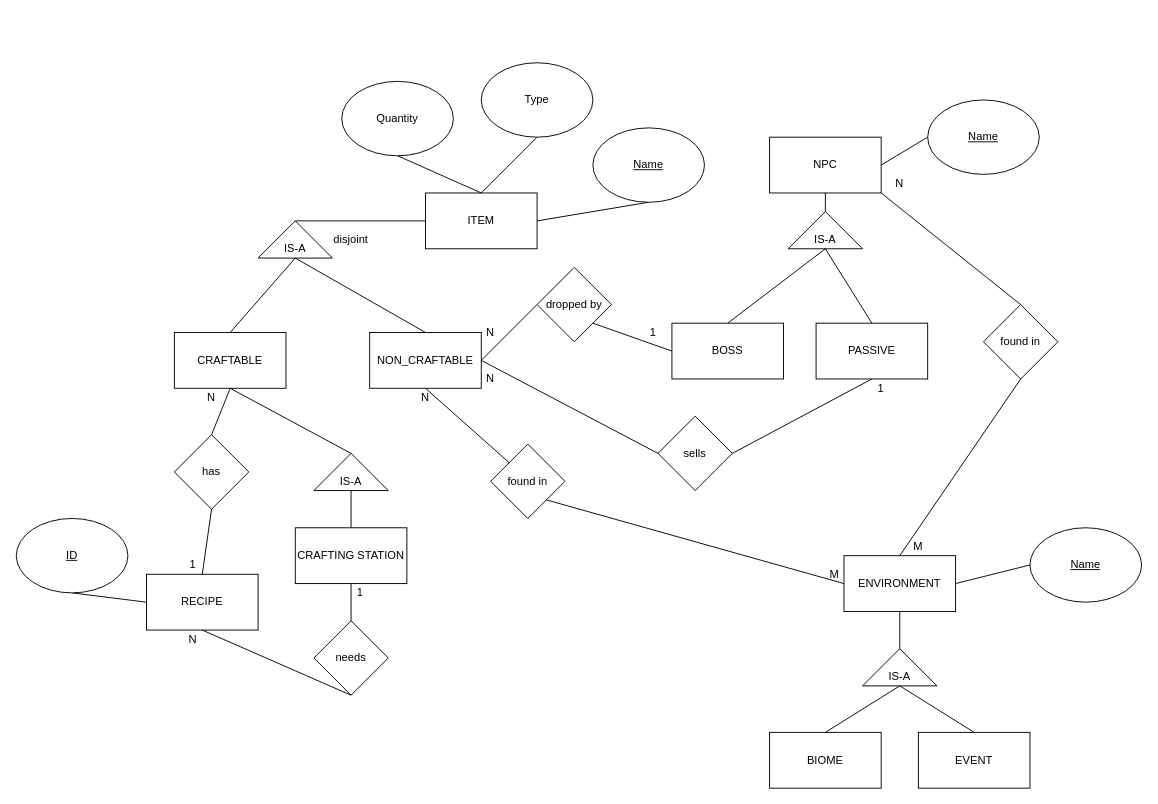
Earlier version of the draw.io diagram TerrariaER.drawio (ahridesu/guioes-BD). Source tidied: cells renumbered, new cells numbered last; positions are measured from the earlier drawing's top-left corner, leaving out a move shared by most shapes. Both pictures are drawn from the tidied source at 93%, with x=0, y=0 at pixel (16, 62).
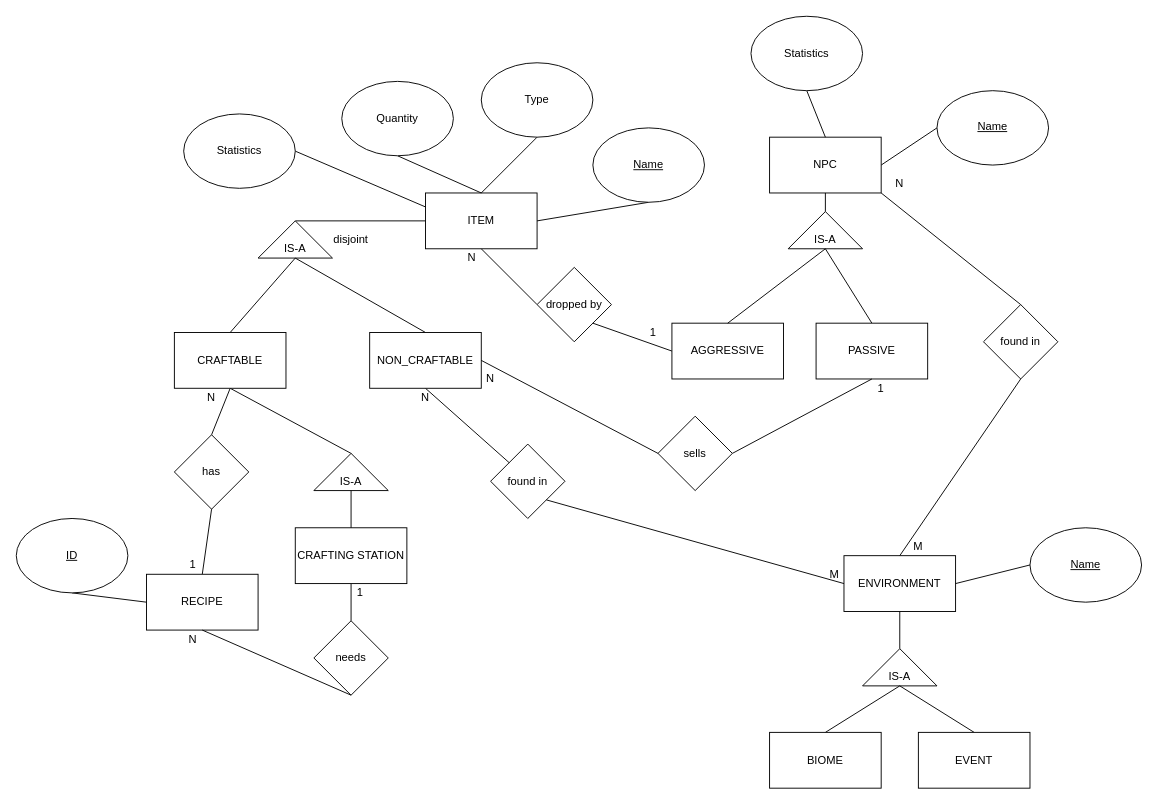
Above is the later version.

Unchanged cells that the change refers to:
```xml
<mxCell id="2" value="ITEM" style="rounded=0;whiteSpace=wrap;html=1;" parent="1" vertex="1">
  <mxGeometry x="440" y="140" width="120" height="60" as="geometry" />
</mxCell>
<mxCell id="18" value="dropped by" style="rhombus;whiteSpace=wrap;html=1;" parent="1" vertex="1">
  <mxGeometry x="560" y="220" width="80" height="80" as="geometry" />
</mxCell>
<mxCell id="32" value="NON_CRAFTABLE" style="rounded=0;whiteSpace=wrap;html=1;" parent="1" vertex="1">
  <mxGeometry x="380" y="290" width="120" height="60" as="geometry" />
</mxCell>
<mxCell id="34" value="NPC" style="rounded=0;whiteSpace=wrap;html=1;" parent="1" vertex="1">
  <mxGeometry x="810" y="80" width="120" height="60" as="geometry" />
</mxCell>
```

Change to the diagram source:
```diff
@@
-    <mxCell id="17" style="endArrow=none;html=1;entryX=0;entryY=0.5;entryDx=0;entryDy=0;exitX=1;exitY=0.5;exitDx=0;exitDy=0;" parent="1" edge="1" source="32" target="18">
+    <mxCell id="17" style="endArrow=none;html=1;entryX=0;entryY=0.5;entryDx=0;entryDy=0;exitX=0.5;exitY=1;exitDx=0;exitDy=0;" parent="1" edge="1" source="2" target="18">
       <mxGeometry relative="1" as="geometry" />
     </mxCell>
@@
-    <mxCell id="20" value="BOSS" style="rounded=0;whiteSpace=wrap;html=1;" parent="1" vertex="1">
+    <mxCell id="20" value="AGGRESSIVE" style="rounded=0;whiteSpace=wrap;html=1;" parent="1" vertex="1">
       <mxGeometry x="705" y="280" width="120" height="60" as="geometry" />
     </mxCell>
-    <mxCell id="21" style="endArrow=none;html=1;exitX=1;exitY=0.5;exitDx=0;exitDy=0;entryX=0;entryY=0.5;entryDx=0;entryDy=0;" parent="1" edge="1" source="34" target="22">
+    <mxCell id="21" style="endArrow=none;html=1;exitX=1;exitY=0.5;exitDx=0;exitDy=0;entryX=0;entryY=0.5;entryDx=0;entryDy=0;" parent="1" edge="1" source="34" target="75">
       <mxGeometry relative="1" as="geometry" />
     </mxCell>
-    <mxCell id="22" value="&lt;u&gt;Name&lt;/u&gt;" style="ellipse;whiteSpace=wrap;html=1;" parent="1" vertex="1">
-      <mxGeometry x="980" y="40" width="120" height="80" as="geometry" />
-    </mxCell>
@@
     <mxCell id="63" value="N" style="text;html=1;strokeColor=none;fillColor=none;align=center;verticalAlign=middle;whiteSpace=wrap;rounded=0;" parent="1" vertex="1">
-      <mxGeometry x="490" y="280" width="40" height="20" as="geometry" />
+      <mxGeometry x="470" y="200" width="40" height="20" as="geometry" />
     </mxCell>
@@
+    <mxCell id="75" style="ellipse;whiteSpace=wrap;html=1;" parent="1" vertex="1">
+      <mxGeometry x="990" y="30" width="120" height="80" as="geometry" />
+    </mxCell>
+    <mxCell id="22" value="&lt;div align=&quot;center&quot;&gt;&lt;u&gt;Name&lt;/u&gt;&lt;/div&gt;" style="text;whiteSpace=wrap;html=1;align=center;" parent="1" vertex="1">
+      <mxGeometry x="1020" y="55" width="60" height="30" as="geometry" />
+    </mxCell>
+    <mxCell id="76" style="endArrow=none;html=1;exitX=0;exitY=0.25;exitDx=0;exitDy=0;entryX=1;entryY=0.5;entryDx=0;entryDy=0;" parent="1" edge="1" source="2" target="77">
+      <mxGeometry relative="1" as="geometry" />
+    </mxCell>
+    <mxCell id="77" value="Statistics" style="ellipse;whiteSpace=wrap;html=1;" parent="1" vertex="1">
+      <mxGeometry x="180" y="55" width="120" height="80" as="geometry" />
+    </mxCell>
+    <mxCell id="78" style="endArrow=none;html=1;exitX=0.5;exitY=0;exitDx=0;exitDy=0;entryX=0.5;entryY=1;entryDx=0;entryDy=0;" parent="1" edge="1" source="34" target="79">
+      <mxGeometry relative="1" as="geometry" />
+    </mxCell>
+    <mxCell id="79" value="Statistics" style="ellipse;whiteSpace=wrap;html=1;" parent="1" vertex="1">
+      <mxGeometry x="790" y="-50" width="120" height="80" as="geometry" />
+    </mxCell>
```
